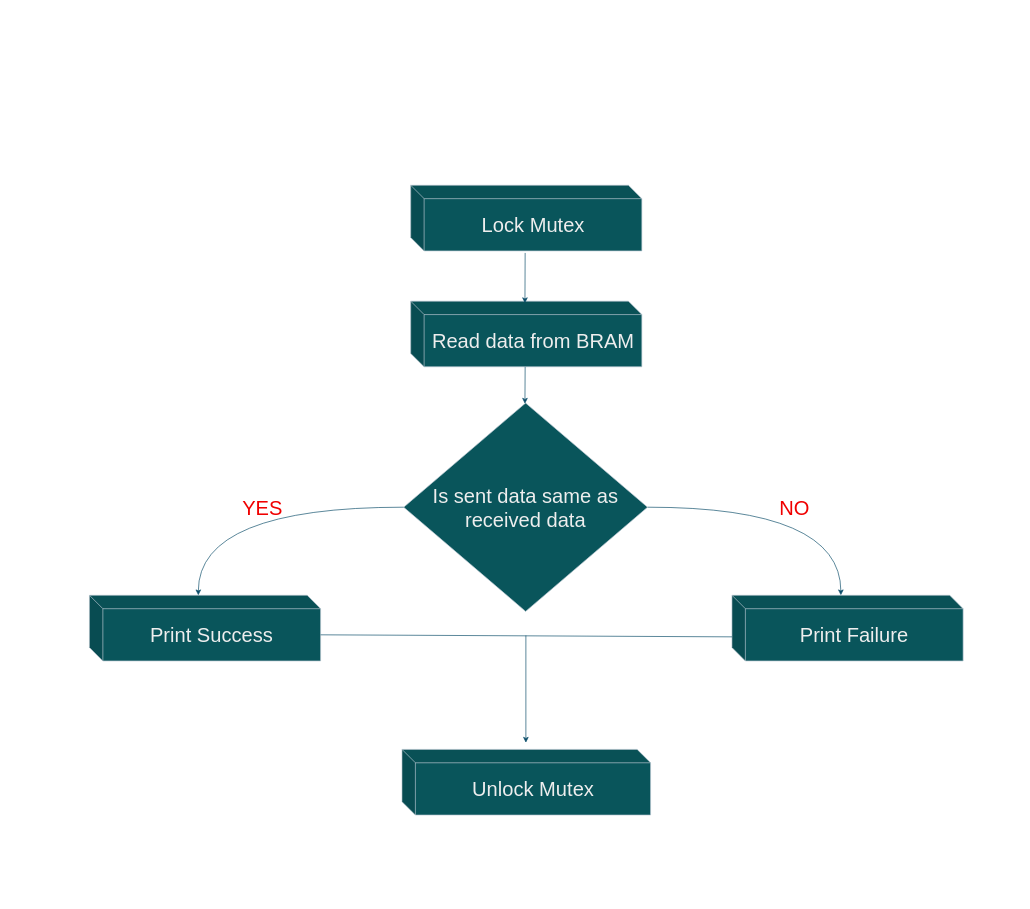
666creeping666death/C-code keeps this draw.io diagram as Read and compare.drawio. Above is the earlier version. Source tidied: cells renumbered, new cells numbered last; positions are measured from the earlier drawing's top-left corner, leaving out a move shared by most shapes. Both pictures are drawn from the tidied source at 67%, with x=0, y=0 at pixel (89, 185).
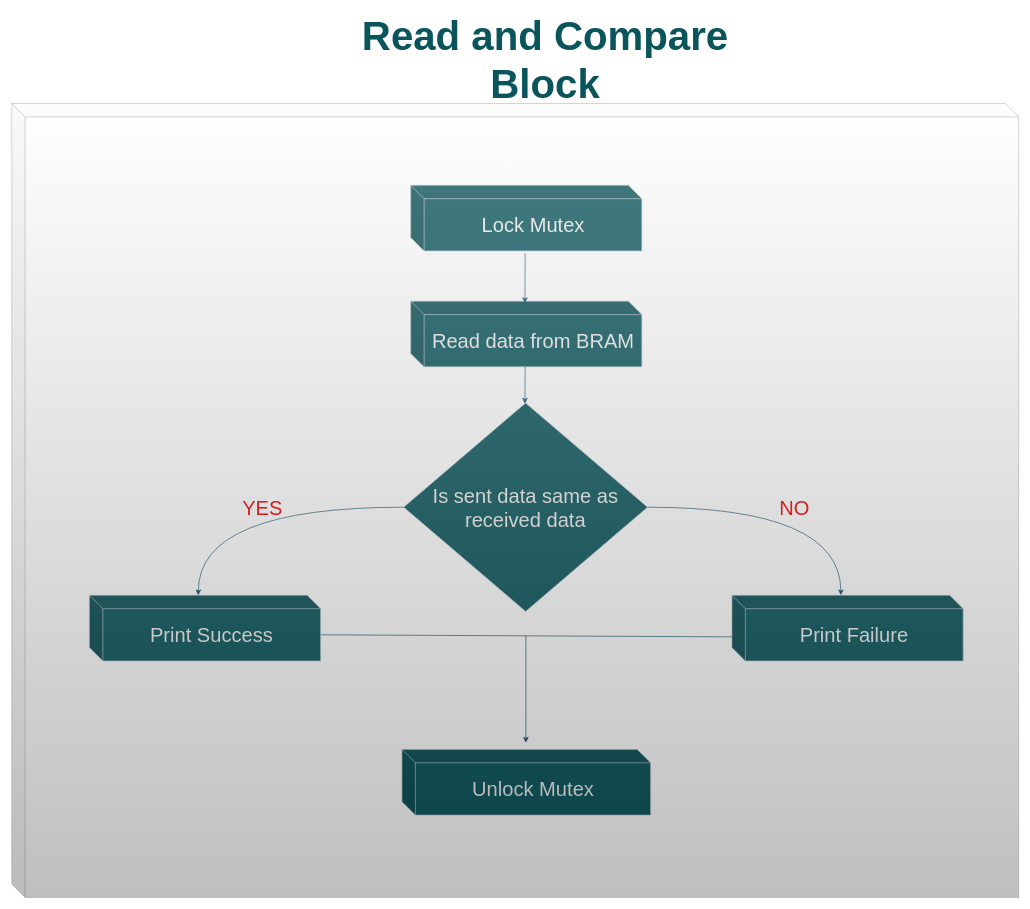
After the change.

The edit, as a diff of the source:
```diff
@@
+    <mxCell id="16" style="shape=cube;whiteSpace=wrap;html=1;boundedLbl=1;backgroundOutline=1;darkOpacity=0.05;darkOpacity2=0.1;fillStyle=hatch;gradientColor=default;fillColor=default;gradientDirection=south;opacity=25;" parent="1" vertex="1">
+      <mxGeometry x="-116" y="-122" width="1503" height="1185" as="geometry" />
+    </mxCell>
+    <mxCell id="17" value="&lt;font color=&quot;#09555b&quot;&gt;&lt;b style=&quot;font-size: 60px;&quot;&gt;&lt;font style=&quot;font-size: 60px;&quot;&gt;&lt;font style=&quot;font-size: 60px;&quot;&gt;Read and Compare&lt;/font&gt; Block&lt;br&gt;&lt;/font&gt;&lt;/b&gt;&lt;/font&gt;" style="text;html=1;strokeColor=none;fillColor=none;align=center;verticalAlign=middle;whiteSpace=wrap;rounded=0;fontColor=#EEEEEE;" parent="1" vertex="1">
+      <mxGeometry x="377" y="-232" width="607" height="89" as="geometry" />
+    </mxCell>
```
